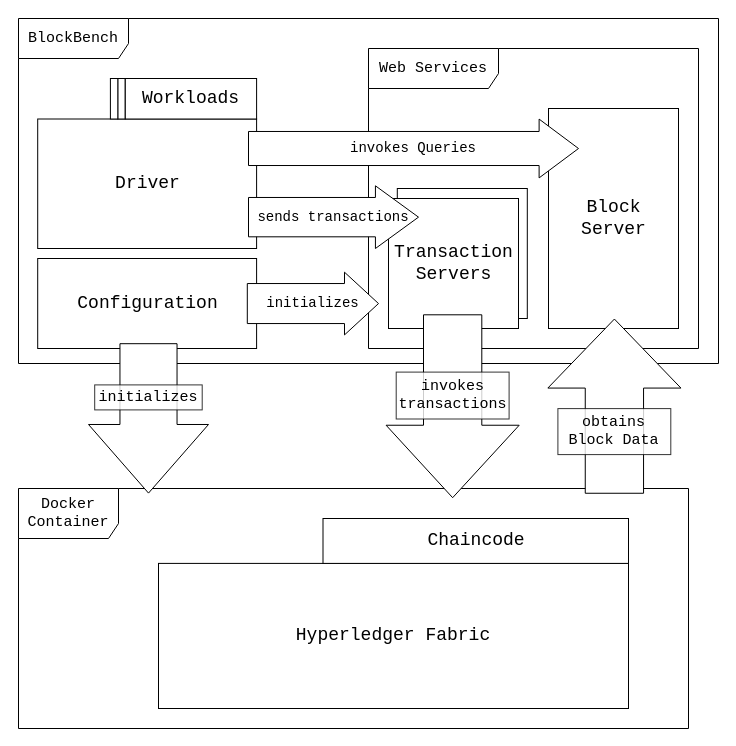
David-Sat/blockbench-setup keeps this draw.io diagram as diagrams/BlockbenchArchitectureDetailed.drawio. Above is the earlier version. Source tidied: cells renumbered, new cells numbered last; positions are measured from the earlier drawing's top-left corner, leaving out a move shared by most shapes. Both pictures are drawn from the tidied source at 100%, with x=0, y=0 at pixel (18, 18).
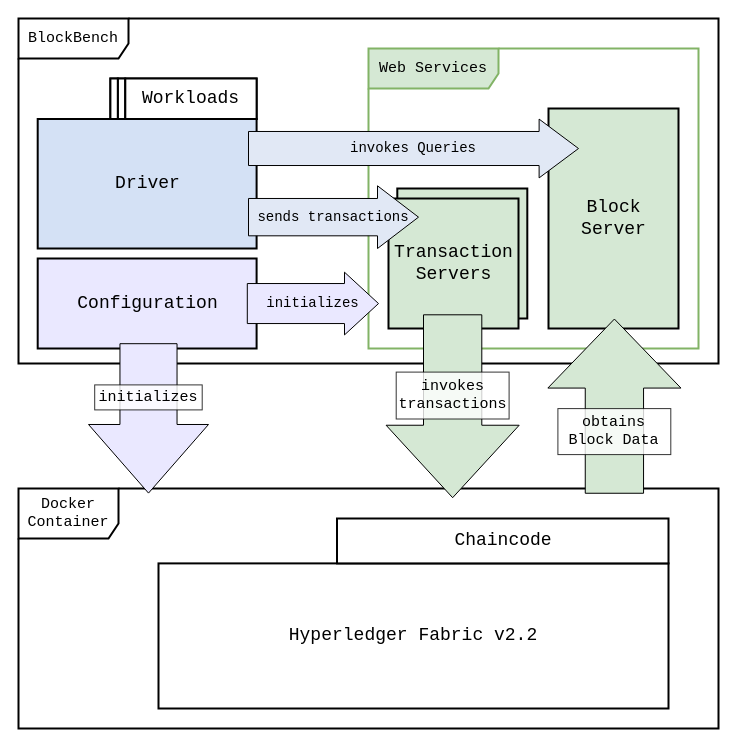
The same diagram, later.

Commit message:
color coded BlockbenchArchitectureDetailed.drawio

Unchanged cells that the change refers to:
```xml
<mxCell id="12" style="group;" parent="1" vertex="1">
  <mxGeometry x="370" y="279.6" width="155.6" height="195" as="geometry" />
</mxCell>
<mxCell id="16" style="group;rotation=-180;" parent="1" vertex="1">
  <mxGeometry x="508.8" y="296.1" width="151.2" height="195" as="geometry" />
</mxCell>
<mxCell id="27" style="group;" parent="1" vertex="1">
  <mxGeometry x="70" y="325.2" width="120" height="149.4" as="geometry" />
</mxCell>
```

The edit, as a diff of the source:
```diff
@@
-    <mxCell id="2" style="html=1;strokeWidth=1;fontFamily=Courier New;fontSize=18;rounded=0;" parent="1" vertex="1">
-      <mxGeometry x="378.8" y="170" width="130" height="130" as="geometry" />
-    </mxCell>
-    <mxCell id="3" value="BlockBench" style="shape=umlFrame;whiteSpace=wrap;html=1;width=110;height=40;strokeWidth=1;fontFamily=Courier New;fontSize=15;" parent="1" vertex="1">
+    <mxCell id="3" value="BlockBench" style="shape=umlFrame;whiteSpace=wrap;html=1;width=110;height=40;strokeWidth=2;fontFamily=Courier New;fontSize=15;" parent="1" vertex="1">
       <mxGeometry width="700" height="345" as="geometry" />
     </mxCell>
-    <mxCell id="4" value="Web Services" style="shape=umlFrame;whiteSpace=wrap;html=1;width=130;height=40;strokeWidth=1;fontFamily=Courier New;fontSize=15;" parent="1" vertex="1">
+    <mxCell id="4" value="Web Services" style="shape=umlFrame;whiteSpace=wrap;html=1;width=130;height=40;strokeWidth=2;fontFamily=Courier New;fontSize=15;fillColor=#d5e8d4;strokeColor=#82b366;" parent="1" vertex="1">
       <mxGeometry x="350" y="30" width="330" height="300" as="geometry" />
     </mxCell>
+    <mxCell id="2" style="html=1;strokeWidth=2;fontFamily=Courier New;fontSize=18;rounded=0;fillColor=#d5e8d4;" parent="1" vertex="1">
+      <mxGeometry x="378.8" y="170" width="130" height="130" as="geometry" />
+    </mxCell>
+    <mxCell id="7" value="&lt;div style=&quot;font-size: 18px&quot;&gt;Transaction&lt;/div&gt;&lt;div style=&quot;font-size: 18px&quot;&gt;Servers&lt;br style=&quot;font-size: 18px&quot;&gt;&lt;/div&gt;" style="html=1;strokeWidth=2;fontFamily=Courier New;fontSize=18;rounded=0;fillColor=#d5e8d4;" parent="1" vertex="1">
+      <mxGeometry x="370" y="180" width="130" height="130" as="geometry" />
+    </mxCell>
-    <mxCell id="5" value="Docker Container" style="shape=umlFrame;whiteSpace=wrap;html=1;width=100;height=50;strokeWidth=1;fontFamily=Courier New;fontSize=15;" parent="1" vertex="1">
-      <mxGeometry y="470" width="670" height="240" as="geometry" />
+    <mxCell id="5" value="Docker Container" style="shape=umlFrame;whiteSpace=wrap;html=1;width=100;height=50;strokeWidth=2;fontFamily=Courier New;fontSize=15;" parent="1" vertex="1">
+      <mxGeometry y="470" width="700" height="240" as="geometry" />
     </mxCell>
-    <mxCell id="6" value="Configuration" style="html=1;strokeWidth=1;fontFamily=Courier New;fontSize=18;rounded=0;" parent="1" vertex="1">
+    <mxCell id="6" value="Configuration" style="html=1;strokeWidth=2;fontFamily=Courier New;fontSize=18;rounded=0;fillColor=#EAE8FF;" parent="1" vertex="1">
       <mxGeometry x="19.2" y="240" width="218.9" height="90" as="geometry" />
     </mxCell>
-    <mxCell id="7" value="&lt;div style=&quot;font-size: 18px&quot;&gt;Transaction&lt;/div&gt;&lt;div style=&quot;font-size: 18px&quot;&gt;Servers&lt;br style=&quot;font-size: 18px&quot;&gt;&lt;/div&gt;" style="html=1;strokeWidth=1;fontFamily=Courier New;fontSize=18;rounded=0;" parent="1" vertex="1">
-      <mxGeometry x="370" y="180" width="130" height="130" as="geometry" />
-    </mxCell>
     <mxCell id="8" style="group;" parent="1" vertex="1">
-      <mxGeometry x="140" y="500" width="470" height="190" as="geometry" />
+      <mxGeometry x="140" y="500" width="510" height="190" as="geometry" />
     </mxCell>
-    <mxCell id="9" value="Hyperledger Fabric" style="rounded=0;whiteSpace=wrap;html=1;strokeWidth=1;fontFamily=Courier New;fontSize=18;" parent="8" vertex="1">
-      <mxGeometry y="44.9" width="470" height="145.1" as="geometry" />
+    <mxCell id="9" value="Hyperledger Fabric v2.2" style="rounded=0;whiteSpace=wrap;html=1;strokeWidth=2;fontFamily=Courier New;fontSize=18;" parent="8" vertex="1">
+      <mxGeometry y="44.9" width="510" height="145.1" as="geometry" />
     </mxCell>
-    <mxCell id="10" value="Chaincode" style="rounded=0;whiteSpace=wrap;html=1;strokeWidth=1;fontFamily=Courier New;fontSize=18;" parent="8" vertex="1">
-      <mxGeometry x="164.5" width="305.5" height="44.9" as="geometry" />
+    <mxCell id="10" value="Chaincode" style="rounded=0;whiteSpace=wrap;html=1;strokeWidth=2;fontFamily=Courier New;fontSize=18;" parent="8" vertex="1">
+      <mxGeometry x="178.5" width="331.5" height="44.9" as="geometry" />
     </mxCell>
@@
-    <mxCell id="13" style="shape=singleArrow;whiteSpace=wrap;html=1;arrowWidth=0.4380680537820205;arrowSize=0.3961969836165981;rotation=90;strokeWidth=1;fontFamily=Courier New;fontSize=18;" parent="12" vertex="1">
+    <mxCell id="13" style="shape=singleArrow;whiteSpace=wrap;html=1;arrowWidth=0.4380680537820205;arrowSize=0.3961969836165981;rotation=90;strokeWidth=1;fontFamily=Courier New;fontSize=18;fillColor=#D5E8D4;" parent="12" vertex="1">
       <mxGeometry x="-27.3" y="41.6" width="182.9" height="133.1" as="geometry" />
     </mxCell>
@@
-    <mxCell id="15" value="&lt;div style=&quot;font-size: 18px&quot;&gt;Block&lt;br&gt;&lt;/div&gt;&lt;div style=&quot;font-size: 18px&quot;&gt;Server&lt;br style=&quot;font-size: 18px&quot;&gt;&lt;/div&gt;" style="html=1;strokeWidth=1;fontFamily=Courier New;fontSize=18;rounded=0;" parent="1" vertex="1">
+    <mxCell id="15" value="&lt;div style=&quot;font-size: 18px&quot;&gt;Block&lt;br&gt;&lt;/div&gt;&lt;div style=&quot;font-size: 18px&quot;&gt;Server&lt;br style=&quot;font-size: 18px&quot;&gt;&lt;/div&gt;" style="html=1;strokeWidth=2;fontFamily=Courier New;fontSize=18;rounded=0;fillColor=#d5e8d4;" parent="1" vertex="1">
       <mxGeometry x="530" y="90" width="130" height="220" as="geometry" />
     </mxCell>
@@
-    <mxCell id="17" style="shape=singleArrow;whiteSpace=wrap;html=1;arrowWidth=0.4380680537820205;arrowSize=0.3961969836165981;rotation=-90;strokeWidth=1;fontFamily=Courier New;fontSize=18;" parent="16" vertex="1">
+    <mxCell id="17" style="shape=singleArrow;whiteSpace=wrap;html=1;arrowWidth=0.4380680537820205;arrowSize=0.3961969836165981;rotation=-90;strokeWidth=1;fontFamily=Courier New;fontSize=18;fillColor=#D5E8D4;" parent="16" vertex="1">
       <mxGeometry y="25" width="174.2" height="133.1" as="geometry" />
     </mxCell>
@@
-    <mxCell id="19" style="group;" parent="1" vertex="1">
+    <mxCell id="19" style="group;strokeWidth=2;" parent="1" vertex="1">
       <mxGeometry x="19.2" y="70" width="270" height="166.4" as="geometry" />
     </mxCell>
-    <mxCell id="20" style="group;" parent="19" vertex="1">
-      <mxGeometry y="-10" width="218.9" height="170" as="geometry" />
-    </mxCell>
-    <mxCell id="21" value="Driver" style="html=1;strokeWidth=1;fontFamily=Courier New;fontSize=18;" parent="20" vertex="1">
-      <mxGeometry y="40.5" width="218.9" height="129.5" as="geometry" />
+    <mxCell id="21" value="Driver" style="html=1;strokeWidth=2;fontFamily=Courier New;fontSize=18;fillColor=#D4E1F5;" parent="19" vertex="1">
+      <mxGeometry y="30.5" width="218.9" height="129.5" as="geometry" />
     </mxCell>
-    <mxCell id="22" style="group;" parent="20" vertex="1">
-      <mxGeometry x="72.7" width="146.2" height="40.5" as="geometry" />
+    <mxCell id="22" style="group;strokeWidth=2;strokeColor=#000000;" parent="19" vertex="1">
+      <mxGeometry x="72.7" y="-10" width="146.2" height="40.5" as="geometry" />
     </mxCell>
-    <mxCell id="23" style="html=1;strokeWidth=1;fontFamily=Courier New;fontSize=18;" parent="22" vertex="1">
+    <mxCell id="23" style="html=1;strokeWidth=2;fontFamily=Courier New;fontSize=18;" parent="22" vertex="1">
       <mxGeometry x="7.4" width="7.4" height="40.5" as="geometry" />
     </mxCell>
-    <mxCell id="24" value="Workloads" style="html=1;strokeWidth=1;fontFamily=Courier New;fontSize=18;" parent="22" vertex="1">
+    <mxCell id="24" value="Workloads" style="html=1;strokeWidth=2;fontFamily=Courier New;fontSize=18;" parent="22" vertex="1">
       <mxGeometry x="14.9" width="131.3" height="40.5" as="geometry" />
     </mxCell>
-    <mxCell id="25" style="html=1;strokeWidth=1;fontFamily=Courier New;fontSize=18;" parent="22" vertex="1">
+    <mxCell id="25" style="html=1;strokeWidth=2;fontFamily=Courier New;fontSize=18;" parent="22" vertex="1">
       <mxGeometry width="7.4" height="40.5" as="geometry" />
     </mxCell>
-    <mxCell id="26" value="&lt;div&gt;invokes Queries&lt;br&gt;&lt;/div&gt;" style="shape=singleArrow;whiteSpace=wrap;html=1;arrowWidth=0.5788936170212764;arrowSize=0.11935483870967742;strokeWidth=1;fontFamily=Courier New;fontSize=14;align=center;" parent="1" vertex="1">
+    <mxCell id="26" value="&lt;div&gt;invokes Queries&lt;br&gt;&lt;/div&gt;" style="shape=singleArrow;whiteSpace=wrap;html=1;arrowWidth=0.5788936170212764;arrowSize=0.11935483870967742;strokeWidth=1;fontFamily=Courier New;fontSize=14;align=center;fillColor=#E1E8F5;" parent="1" vertex="1">
       <mxGeometry x="230" y="100.6" width="330" height="58.8" as="geometry" />
     </mxCell>
@@
-    <mxCell id="28" style="shape=singleArrow;whiteSpace=wrap;html=1;arrowWidth=0.47558333333333375;arrowSize=0.459228760795341;rotation=90;strokeWidth=1;fontFamily=Courier New;fontSize=18;" parent="27" vertex="1">
+    <mxCell id="28" style="shape=singleArrow;whiteSpace=wrap;html=1;arrowWidth=0.47558333333333375;arrowSize=0.459228760795341;rotation=90;strokeWidth=1;fontFamily=Courier New;fontSize=18;fillColor=#EAE8FF;" parent="27" vertex="1">
       <mxGeometry x="-14.7" y="14.7" width="149.4" height="120" as="geometry" />
     </mxCell>
@@
+    <mxCell id="31" value="initializes" style="shape=singleArrow;whiteSpace=wrap;html=1;arrowWidth=0.6384234881123361;arrowSize=0.25906735751295334;strokeWidth=1;fontFamily=Courier New;fontSize=14;align=center;fillColor=#EAE8FF;" parent="1" vertex="1">
+      <mxGeometry x="228.8" y="253.7" width="131.2" height="62.7" as="geometry" />
+    </mxCell>
-    <mxCell id="30" value="&lt;div style=&quot;font-size: 14px&quot; align=&quot;center&quot;&gt;sends transactions&lt;br style=&quot;font-size: 14px&quot;&gt;&lt;/div&gt;" style="shape=singleArrow;whiteSpace=wrap;html=1;arrowWidth=0.6275730014360954;arrowSize=0.25333333333333335;strokeWidth=1;fontFamily=Courier New;fontSize=14;align=center;" parent="1" vertex="1">
+    <mxCell id="30" value="&lt;div style=&quot;font-size: 14px&quot;&gt;sends transactions&lt;br style=&quot;font-size: 14px&quot;&gt;&lt;/div&gt;" style="shape=singleArrow;whiteSpace=wrap;html=1;arrowWidth=0.5956598053295052;arrowSize=0.2411764705882353;strokeWidth=1;fontFamily=Courier New;fontSize=14;align=center;fillColor=#E1E8F5;" parent="1" vertex="1">
       <mxGeometry x="230" y="167.3" width="170" height="62.7" as="geometry" />
     </mxCell>
-    <mxCell id="31" value="initializes" style="shape=singleArrow;whiteSpace=wrap;html=1;arrowWidth=0.6384234881123361;arrowSize=0.25906735751295334;strokeWidth=1;fontFamily=Courier New;fontSize=14;align=center;" parent="1" vertex="1">
-      <mxGeometry x="228.8" y="253.7" width="131.2" height="62.7" as="geometry" />
-    </mxCell>
```
